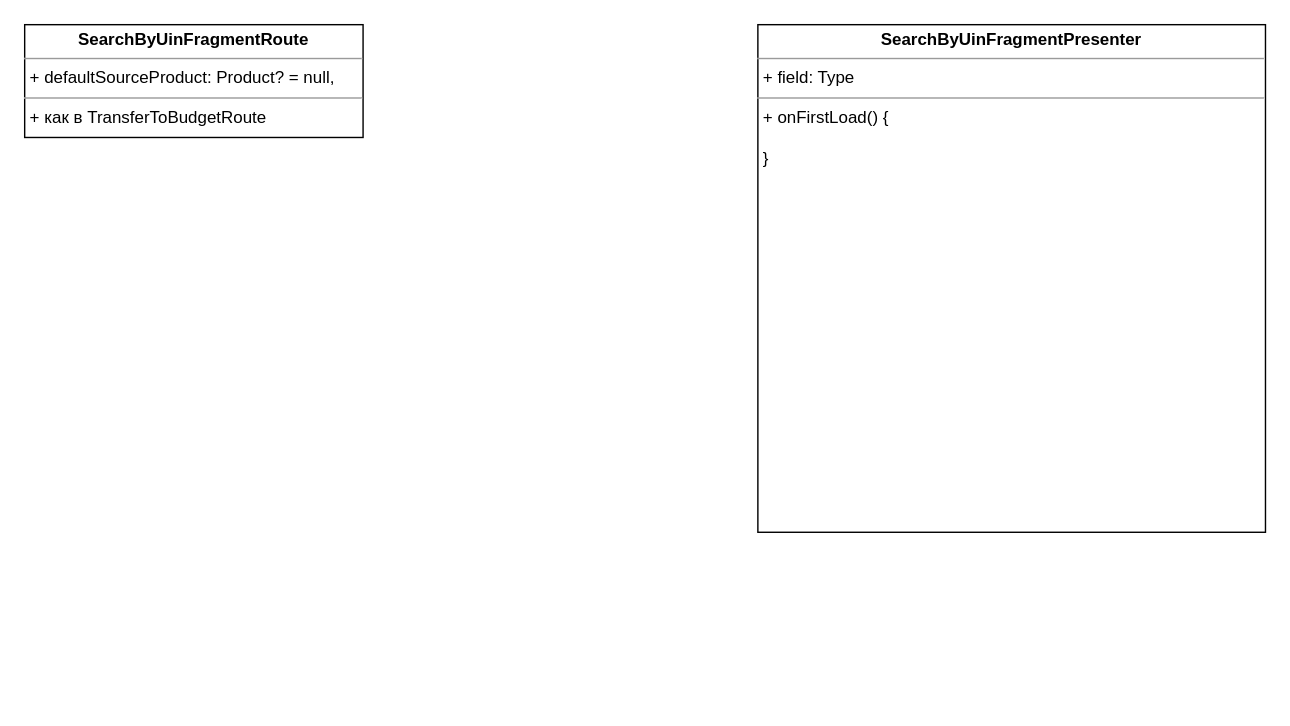
This is UNI-18237.drawio from ShiryaevNikolay/diagrams, a draw.io file, before an edit. Source tidied: cells renumbered, new cells numbered last; positions are measured from the earlier drawing's top-left corner, leaving out a move shared by most shapes. Both pictures are drawn from the tidied source at 141%, with x=0, y=0 at pixel (24, 24).
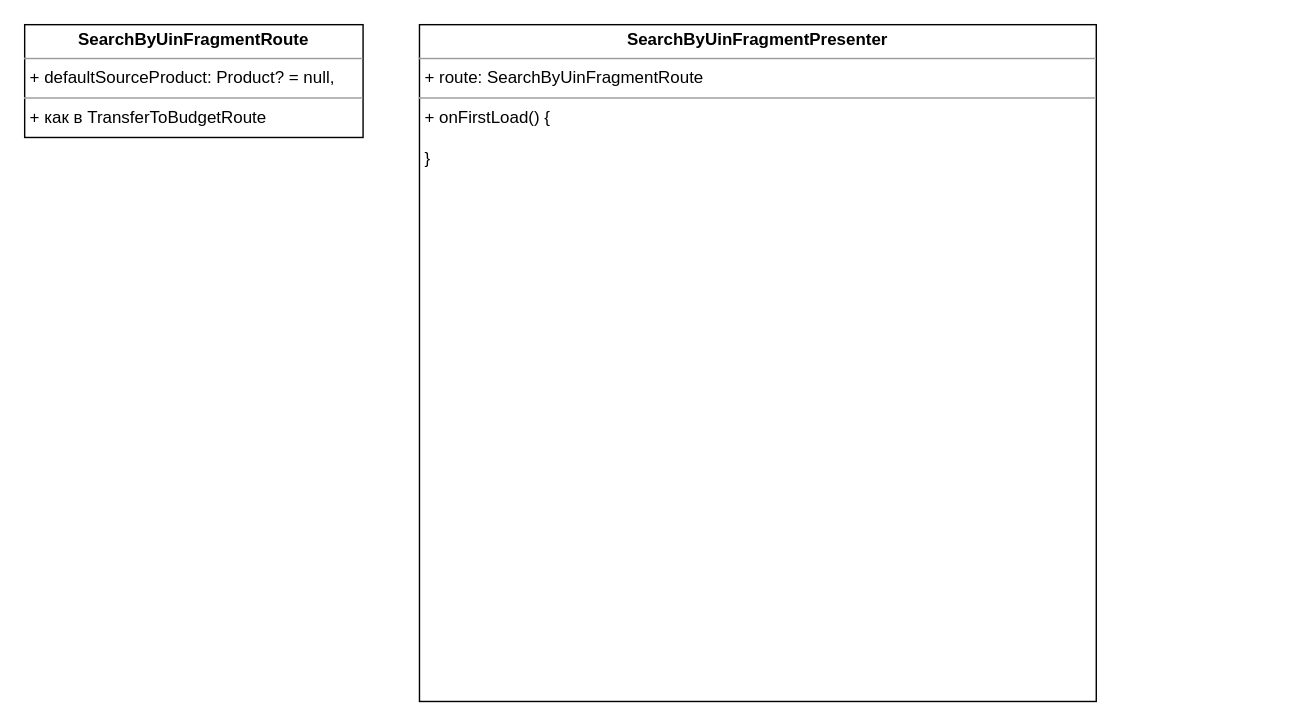
The same diagram, later.

What changed in the source:
```diff
@@
 <mxGraphModel>
   <root>
     <mxCell id="0" />
     <mxCell id="1" parent="0" />
-    <mxCell id="2" value="&lt;p style=&quot;margin:0px;margin-top:4px;text-align:center;&quot;&gt;&lt;b&gt;SearchByUinFragmentPresenter&lt;/b&gt;&lt;/p&gt;&lt;hr size=&quot;1&quot;&gt;&lt;p style=&quot;margin:0px;margin-left:4px;&quot;&gt;+ field: Type&lt;/p&gt;&lt;hr size=&quot;1&quot;&gt;&lt;p style=&quot;margin:0px;margin-left:4px;&quot;&gt;+ onFirstLoad() {&lt;/p&gt;&lt;p style=&quot;margin:0px;margin-left:4px;&quot;&gt;&lt;br&gt;&lt;/p&gt;&lt;p style=&quot;margin:0px;margin-left:4px;&quot;&gt;}&lt;br&gt;&lt;/p&gt;" style="verticalAlign=top;align=left;overflow=fill;fontSize=12;fontFamily=Helvetica;html=1;" parent="1" vertex="1">
-      <mxGeometry x="520" width="360" height="360" as="geometry" />
+    <mxCell id="2" value="&lt;p style=&quot;margin:0px;margin-top:4px;text-align:center;&quot;&gt;&lt;b&gt;SearchByUinFragmentPresenter&lt;/b&gt;&lt;/p&gt;&lt;hr size=&quot;1&quot;&gt;&lt;p style=&quot;margin:0px;margin-left:4px;&quot;&gt;+ route: SearchByUinFragmentRoute&lt;br&gt;&lt;/p&gt;&lt;hr size=&quot;1&quot;&gt;&lt;p style=&quot;margin:0px;margin-left:4px;&quot;&gt;+ onFirstLoad() {&lt;/p&gt;&lt;p style=&quot;margin:0px;margin-left:4px;&quot;&gt;&lt;br&gt;&lt;/p&gt;&lt;p style=&quot;margin:0px;margin-left:4px;&quot;&gt;}&lt;br&gt;&lt;/p&gt;" style="verticalAlign=top;align=left;overflow=fill;fontSize=12;fontFamily=Helvetica;html=1;" parent="1" vertex="1">
+      <mxGeometry x="280" width="480" height="480" as="geometry" />
     </mxCell>
     <mxCell id="3" value="&lt;p style=&quot;margin:0px;margin-top:4px;text-align:center;&quot;&gt;&lt;b&gt;SearchByUinFragmentRoute&lt;/b&gt;&lt;/p&gt;&lt;hr size=&quot;1&quot;&gt;&lt;p style=&quot;margin:0px;margin-left:4px;&quot;&gt;+ defaultSourceProduct: Product? = null, &lt;br&gt;&lt;/p&gt;&lt;hr size=&quot;1&quot;&gt;&lt;p style=&quot;margin:0px;margin-left:4px;&quot;&gt;+ как в TransferToBudgetRoute&lt;br&gt;&lt;/p&gt;" style="verticalAlign=top;align=left;overflow=fill;fontSize=12;fontFamily=Helvetica;html=1;" parent="1" vertex="1">
       <mxGeometry width="240" height="80" as="geometry" />
     </mxCell>
   </root>
 </mxGraphModel>
```
